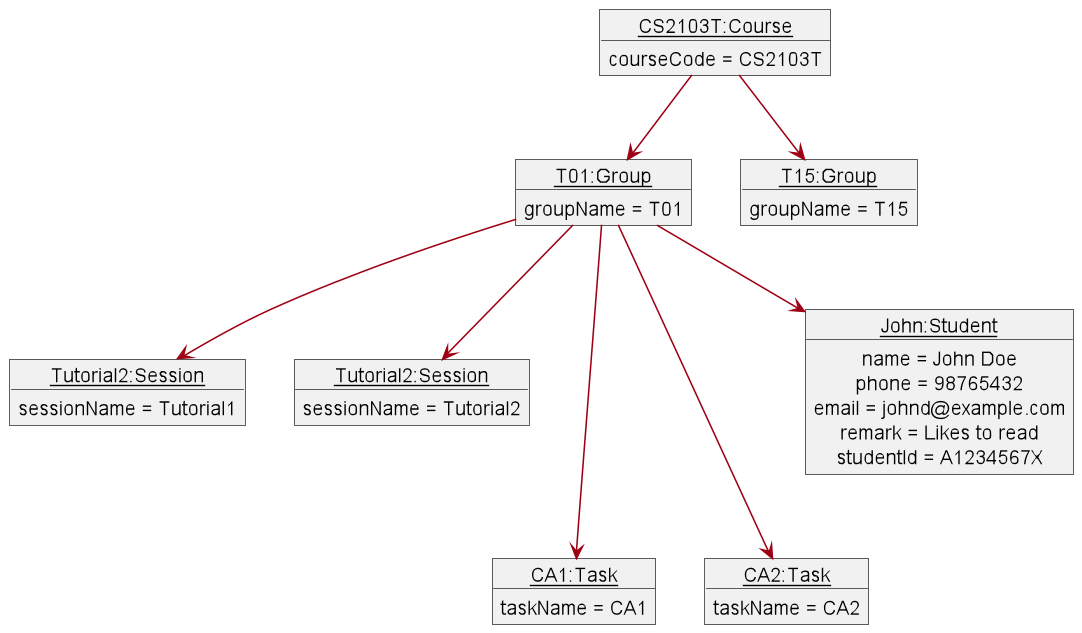
Above: docs/images/ObjectDependencyObjectDiagram.png in nus-cs2103-AY2223S2/tp (PlantUML), before the change. The source it was exported from:
```plantuml
@startuml
!include style.puml
show members

skinparam arrowThickness 1.1
skinparam arrowColor MODEL_COLOR
skinparam classBackgroundColor MODEL_COLOR

skinparam class {
    name underline
}

object "<u>CS2103T:Course</u>" as Course1 {
    courseCode = CS2103T
}

object "<u>T01:Group</u>" as Group1 {
  groupName = T01
}

object "<u>T15:Group</u>" as Group2 {
  groupName = T15

}

object "<u>Tutorial2:Session</u>" as Session1 {
 sessionName = Tutorial1
}

object "<u>Tutorial2:Session</u>" as Session2 {
 sessionName = Tutorial2
}

object "<u>CA1:Task</u>" as Task1 {
 taskName = CA1
}

object "<u>CA2:Task</u>" as Task2 {
 taskName = CA2
}

object "<u>John:Student</u>" as Student {
 name = John Doe
 phone = 98765432
 email = johnd@example.com
 remark = Likes to read
 studentId = A1234567X
}

Course1 --> Group1
Course1 --> Group2
Group1 ---> Task1
Group1 --> Student
Group1 ---> Task2
Group1 --> Session1
Group1 --> Session2
@enduml
```
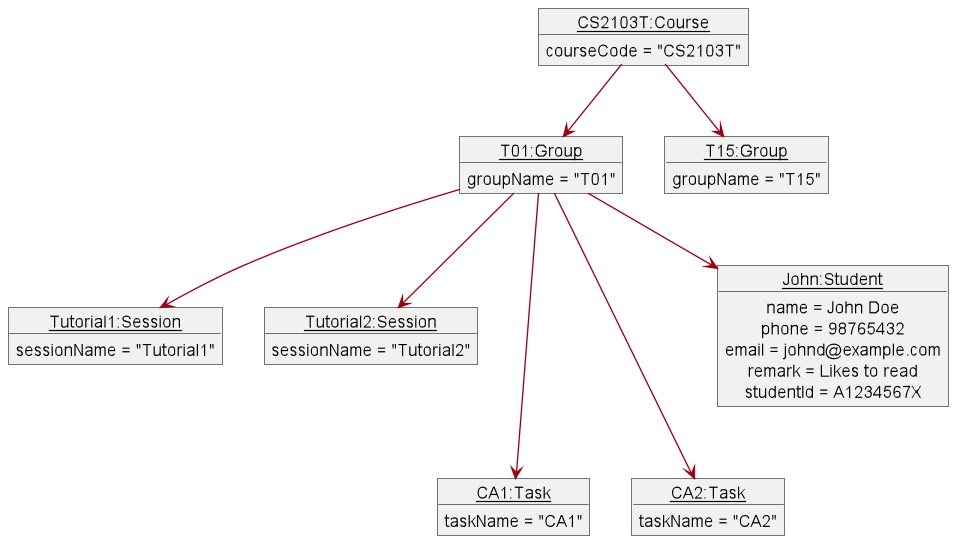
After the change.

Change to the diagram source:
```diff
@@ -11,32 +11,32 @@
 }
 
 object "<u>CS2103T:Course</u>" as Course1 {
-    courseCode = CS2103T
+    courseCode = "CS2103T"
 }
 
 object "<u>T01:Group</u>" as Group1 {
-  groupName = T01
+  groupName = "T01"
 }
 
 object "<u>T15:Group</u>" as Group2 {
-  groupName = T15
+  groupName = "T15"
 
 }
 
-object "<u>Tutorial2:Session</u>" as Session1 {
- sessionName = Tutorial1
+object "<u>Tutorial1:Session</u>" as Session1 {
+ sessionName = "Tutorial1"
 }
 
 object "<u>Tutorial2:Session</u>" as Session2 {
- sessionName = Tutorial2
+ sessionName = "Tutorial2"
 }
 
 object "<u>CA1:Task</u>" as Task1 {
- taskName = CA1
+ taskName = "CA1"
 }
 
 object "<u>CA2:Task</u>" as Task2 {
- taskName = CA2
+ taskName = "CA2"
 }
 
 object "<u>John:Student</u>" as Student {
```
